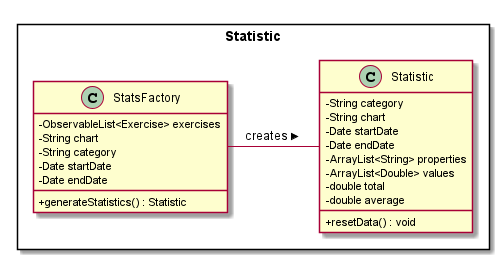
Earlier version of the PlantUML export docs/images/StatisticClassDiagram.png (nus-cs2103-AY1920S1/addressbook-level3). Its source is kept beside it as docs/diagrams/StatisticClassDiagram.puml.
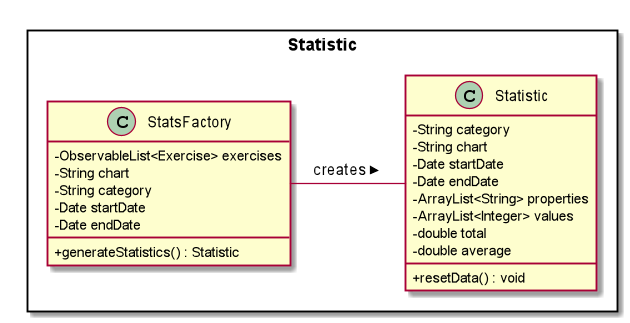
The same diagram one commit later.

What changed in the source:
```diff
@@ -22,7 +22,7 @@
     -Date startDate
     -Date endDate
     -ArrayList<String> properties
-    -ArrayList<Double> values
+    -ArrayList<Integer> values
     -double total
     -double average
     +resetData() : void
```
